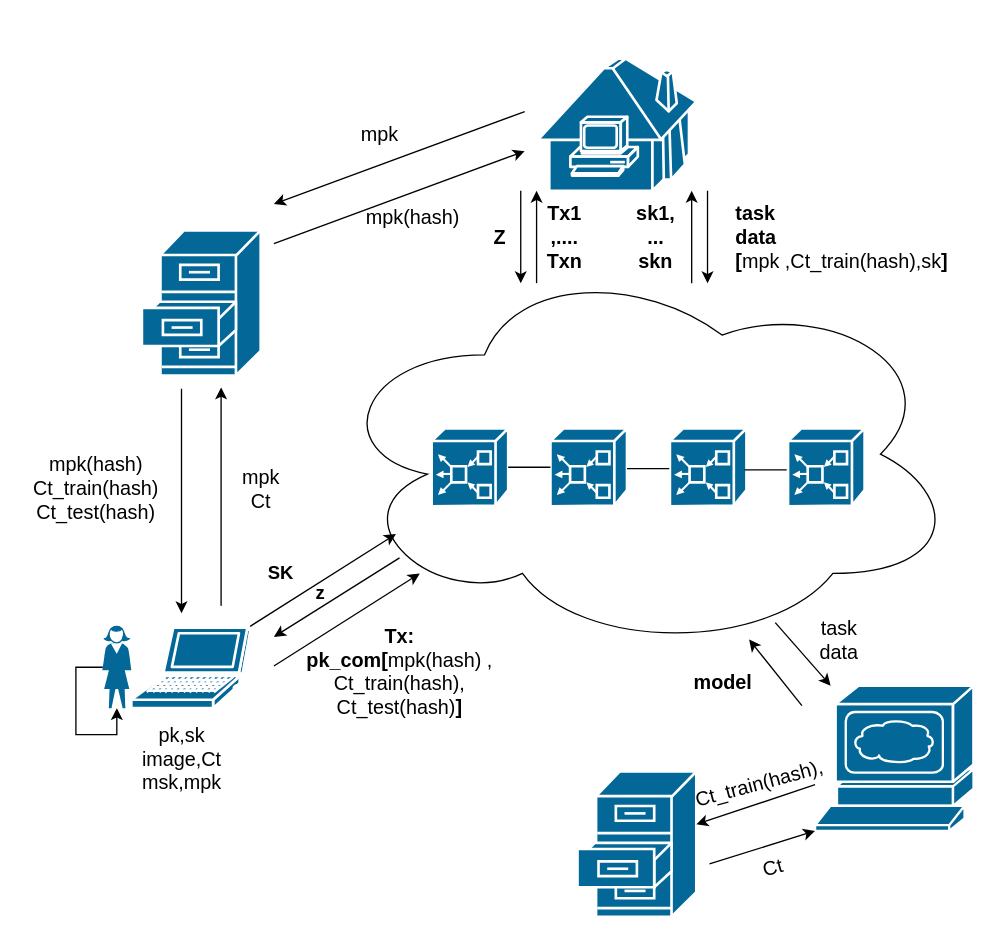
yyuu-6/1111 keeps this draw.io diagram as Untitled Diagram.drawio. Above is the earlier version. Source tidied: cells renumbered, new cells numbered last; positions are measured from the earlier drawing's top-left corner, leaving out a move shared by most shapes. Both pictures are drawn from the tidied source at 132%, with x=0, y=0 at pixel (22, 58).
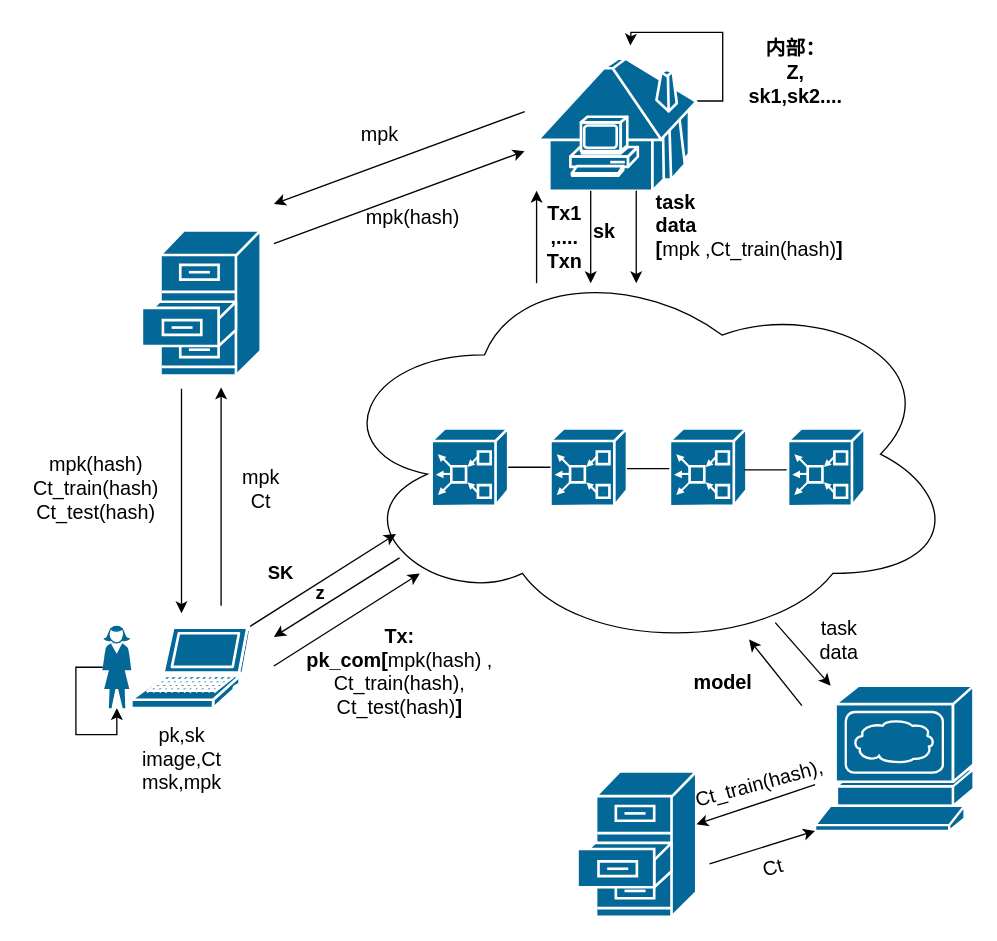
The same diagram, later.

The change refers to these unchanged cells:
```xml
<mxCell id="13" style="shape=mxgraph.cisco.buildings.telecommuter_house_pc;html=1;dashed=0;fillColor=#036897;strokeColor=#ffffff;strokeWidth=2;verticalLabelPosition=bottom;verticalAlign=top;align=center;outlineConnect=0;" parent="1" vertex="1">
  <mxGeometry x="390" width="120" height="100" as="geometry" />
</mxCell>
```

The edit, as a diff of the source:
```diff
@@
+    <mxCell id="48" style="edgeStyle=orthogonalEdgeStyle;rounded=0;jettySize=auto;html=1;exitX=1;exitY=0.32;exitDx=0;exitDy=0;exitPerimeter=0;" parent="1" edge="1" source="13">
+      <mxGeometry relative="1" as="geometry">
+        <mxPoint x="460" y="-10" as="targetPoint" />
+      </mxGeometry>
+    </mxCell>
@@
-    <mxCell id="23" style="endArrow=classic;html=1;entryX=0.417;entryY=1;entryDx=0;entryDy=0;entryPerimeter=0;" parent="1" edge="1">
-      <mxGeometry relative="1" as="geometry">
-        <mxPoint x="506.5" y="170" as="sourcePoint" />
-        <mxPoint x="506.5" y="100" as="targetPoint" />
-      </mxGeometry>
-    </mxCell>
-    <mxCell id="24" value="&lt;div style=&quot;text-align: left&quot;&gt;&lt;b style=&quot;font-size: 15px&quot;&gt;task&lt;/b&gt;&lt;/div&gt;&lt;font style=&quot;font-size: 15px&quot;&gt;&lt;div style=&quot;text-align: left&quot;&gt;&lt;b&gt;data&lt;/b&gt;&lt;/div&gt;&lt;b&gt;&lt;div style=&quot;text-align: left&quot;&gt;&lt;b&gt;[&lt;/b&gt;&lt;span style=&quot;font-weight: normal&quot;&gt;mpk ,Ct_train(hash),sk&lt;/span&gt;&lt;b&gt;]&lt;/b&gt;&lt;/div&gt;&lt;/b&gt;&lt;/font&gt;" style="text;html=1;align=center;verticalAlign=middle;fillColor=none;strokeColor=none;rounded=0;" parent="1" vertex="1">
-      <mxGeometry x="529.5" y="110" width="180" height="50" as="geometry" />
+    <mxCell id="24" value="&lt;div style=&quot;text-align: left&quot;&gt;&lt;b style=&quot;font-size: 15px&quot;&gt;task&lt;/b&gt;&lt;/div&gt;&lt;font style=&quot;font-size: 15px&quot;&gt;&lt;div style=&quot;text-align: left&quot;&gt;&lt;b&gt;data&lt;/b&gt;&lt;/div&gt;&lt;b&gt;&lt;div style=&quot;text-align: left&quot;&gt;&lt;b&gt;[&lt;/b&gt;&lt;span style=&quot;font-weight: normal&quot;&gt;mpk ,Ct_train(hash)&lt;/span&gt;&lt;b&gt;]&lt;/b&gt;&lt;/div&gt;&lt;div style=&quot;text-align: left&quot;&gt;&lt;br&gt;&lt;/div&gt;&lt;/b&gt;&lt;/font&gt;" style="text;html=1;align=center;verticalAlign=middle;fillColor=none;strokeColor=none;rounded=0;" parent="1" vertex="1">
+      <mxGeometry x="470" y="105" width="160" height="60" as="geometry" />
     </mxCell>
     <mxCell id="25" style="endArrow=classic;html=1;exitX=0.333;exitY=1;exitDx=0;exitDy=0;exitPerimeter=0;" parent="1" edge="1">
       <mxGeometry relative="1" as="geometry">
-        <mxPoint x="518.5" y="100" as="sourcePoint" />
-        <mxPoint x="518.5" y="170" as="targetPoint" />
+        <mxPoint x="430" y="100" as="sourcePoint" />
+        <mxPoint x="430" y="170" as="targetPoint" />
       </mxGeometry>
     </mxCell>
-    <mxCell id="26" value="&lt;span style=&quot;font-size: 15px&quot;&gt;&lt;b&gt;sk1,&lt;br&gt;...&lt;br&gt;skn&lt;br&gt;&lt;/b&gt;&lt;/span&gt;" style="text;html=1;align=center;verticalAlign=middle;fillColor=none;strokeColor=none;rounded=0;" parent="1" vertex="1">
-      <mxGeometry x="458.5" y="110" width="40" height="50" as="geometry" />
-    </mxCell>
@@
-    <mxCell id="33" style="endArrow=classic;html=1;exitX=0.333;exitY=1;exitDx=0;exitDy=0;exitPerimeter=0;" parent="1" edge="1">
-      <mxGeometry relative="1" as="geometry">
-        <mxPoint x="377" y="100" as="sourcePoint" />
-        <mxPoint x="377" y="170" as="targetPoint" />
-      </mxGeometry>
-    </mxCell>
-    <mxCell id="34" value="&lt;span style=&quot;font-size: 15px&quot;&gt;&lt;b&gt;Z&lt;/b&gt;&lt;/span&gt;" style="text;html=1;align=center;verticalAlign=middle;fillColor=none;strokeColor=none;rounded=0;" parent="1" vertex="1">
-      <mxGeometry x="351" y="125" width="20" height="20" as="geometry" />
+    <mxCell id="34" value="&lt;span style=&quot;font-size: 15px&quot;&gt;&lt;b&gt;内部：&lt;br&gt;Z,&lt;br&gt;sk1,sk2....&lt;/b&gt;&lt;/span&gt;" style="text;html=1;align=center;verticalAlign=middle;fillColor=none;strokeColor=none;rounded=0;" parent="1" vertex="1">
+      <mxGeometry x="540" y="-15" width="90" height="50" as="geometry" />
     </mxCell>
@@
+    <mxCell id="49" style="endArrow=classic;html=1;exitX=0.333;exitY=1;exitDx=0;exitDy=0;exitPerimeter=0;" parent="1" edge="1">
+      <mxGeometry relative="1" as="geometry">
+        <mxPoint x="464.5" y="100" as="sourcePoint" />
+        <mxPoint x="464.5" y="170" as="targetPoint" />
+      </mxGeometry>
+    </mxCell>
+    <mxCell id="50" value="&lt;span style=&quot;font-size: 15px&quot;&gt;&lt;b&gt;sk&lt;/b&gt;&lt;/span&gt;" style="text;html=1;align=center;verticalAlign=middle;fillColor=none;strokeColor=none;rounded=0;" parent="1" vertex="1">
+      <mxGeometry x="425" y="120" width="30" height="20" as="geometry" />
+    </mxCell>
```
